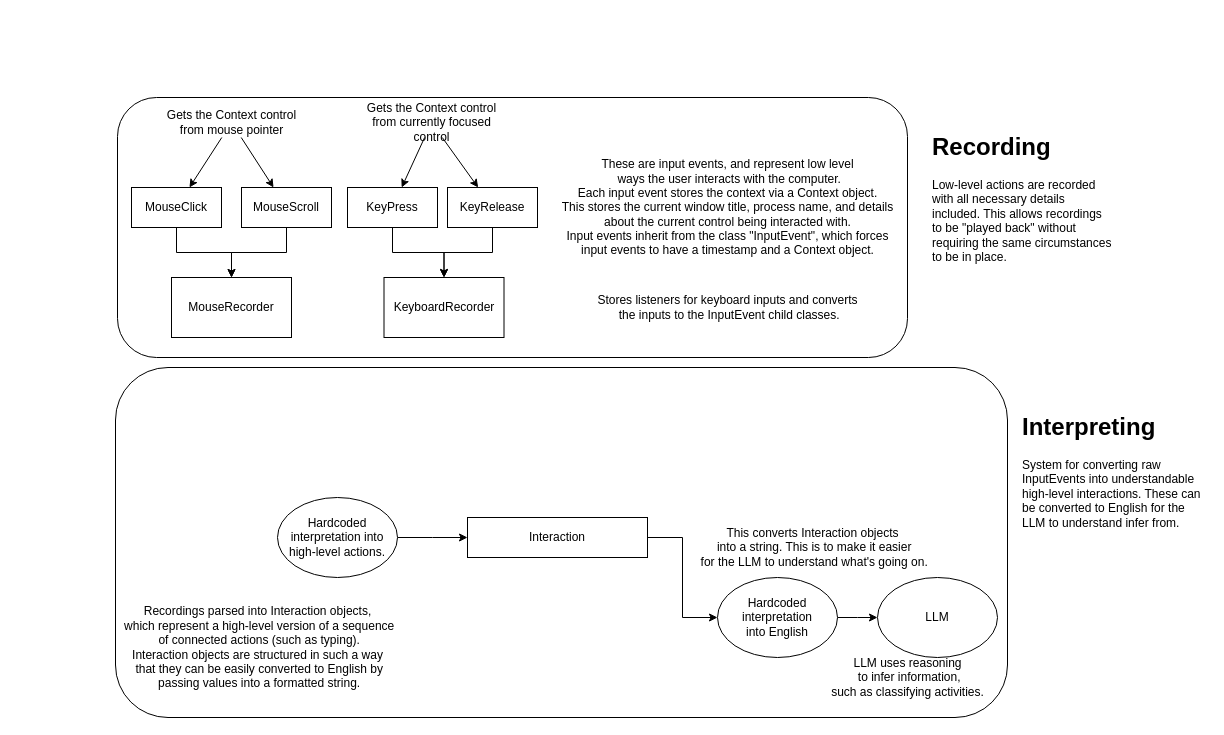
Before: Diagram plan.drawio in SimonsBrother/ScreenWisdom, a draw.io diagram. Source tidied: cells renumbered, new cells numbered last; positions are measured from the earlier drawing's top-left corner, leaving out a move shared by most shapes. Both pictures are drawn from the tidied source at 100%, with x=0, y=0 at pixel (107, 97).
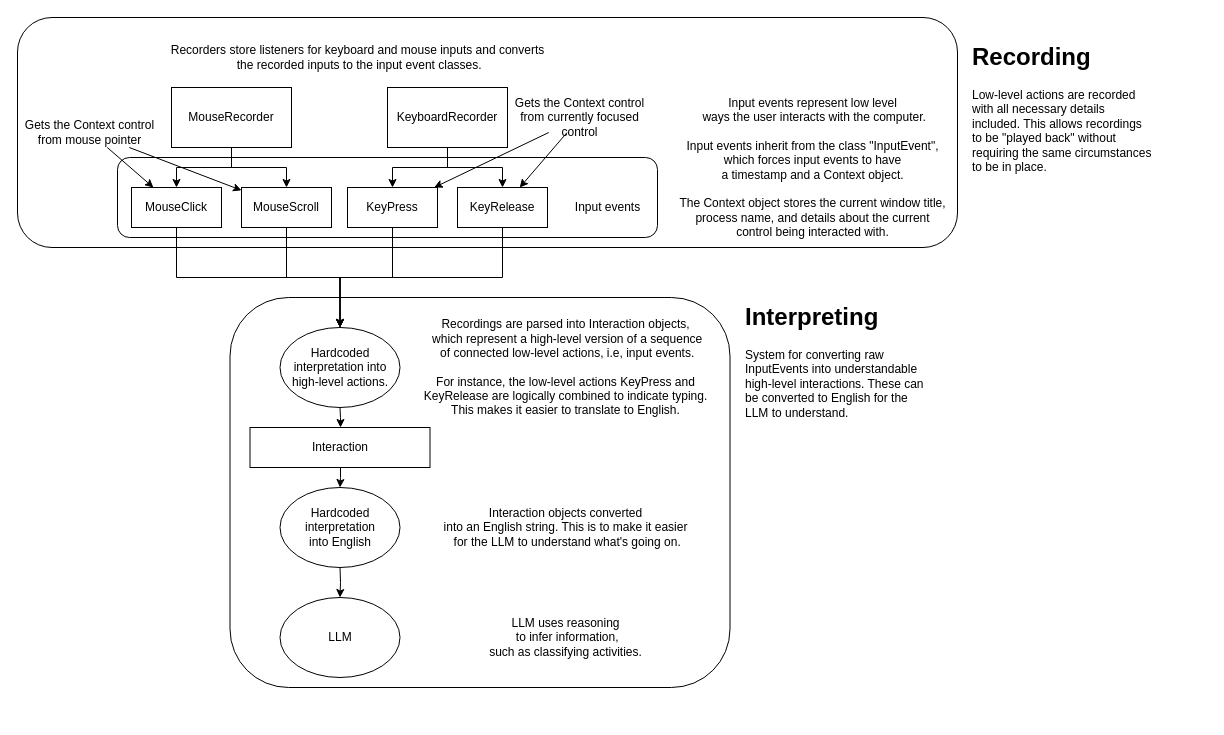
The same diagram, later.

Commit message (it also covers changes not shown here):
Fixed some bugs, can now translate to English. Added tests for recording.py Made documentation more detailed.

Unchanged cells that the change refers to:
```xml
<mxCell id="6" value="MouseClick" style="rounded=0;whiteSpace=wrap;html=1;" parent="1" vertex="1">
  <mxGeometry x="24" y="90" width="90" height="40" as="geometry" />
</mxCell>
<mxCell id="8" value="MouseScroll" style="rounded=0;whiteSpace=wrap;html=1;" parent="1" vertex="1">
  <mxGeometry x="134" y="90" width="90" height="40" as="geometry" />
</mxCell>
<mxCell id="26" value="KeyPress" style="rounded=0;whiteSpace=wrap;html=1;" parent="1" vertex="1">
  <mxGeometry x="240" y="90" width="90" height="40" as="geometry" />
</mxCell>
```

Diff of the diagram source:
```diff
@@
+    <mxCell id="31" style="rounded=1;whiteSpace=wrap;html=1;fillColor=none;" parent="1" vertex="1">
+      <mxGeometry x="-90" y="-80" width="940" height="230" as="geometry" />
+    </mxCell>
+    <mxCell id="34" style="rounded=1;whiteSpace=wrap;html=1;fillColor=none;" parent="1" vertex="1">
+      <mxGeometry x="10" y="60" width="540" height="80" as="geometry" />
+    </mxCell>
     <mxCell id="2" style="rounded=1;whiteSpace=wrap;html=1;fillColor=none;" parent="1" vertex="1">
-      <mxGeometry x="8" y="270" width="892" height="350" as="geometry" />
+      <mxGeometry x="122.5" y="200" width="500" height="390" as="geometry" />
     </mxCell>
+    <mxCell id="35" style="edgeStyle=orthogonalEdgeStyle;rounded=0;jettySize=auto;html=1;" parent="1" edge="1" source="3" target="6">
+      <mxGeometry relative="1" as="geometry" />
+    </mxCell>
+    <mxCell id="36" style="edgeStyle=orthogonalEdgeStyle;rounded=0;jettySize=auto;html=1;" parent="1" edge="1" source="3" target="8">
+      <mxGeometry relative="1" as="geometry" />
+    </mxCell>
     <mxCell id="3" value="MouseRecorder" style="rounded=0;whiteSpace=wrap;html=1;" parent="1" vertex="1">
-      <mxGeometry x="64" y="180" width="120" height="60" as="geometry" />
+      <mxGeometry x="64" y="-10" width="120" height="60" as="geometry" />
     </mxCell>
+    <mxCell id="37" style="edgeStyle=orthogonalEdgeStyle;rounded=0;jettySize=auto;html=1;" parent="1" edge="1" source="4" target="26">
+      <mxGeometry relative="1" as="geometry" />
+    </mxCell>
+    <mxCell id="38" style="edgeStyle=orthogonalEdgeStyle;rounded=0;jettySize=auto;html=1;" parent="1" edge="1" source="4" target="10">
+      <mxGeometry relative="1" as="geometry" />
+    </mxCell>
     <mxCell id="4" value="KeyboardRecorder" style="rounded=0;whiteSpace=wrap;html=1;" parent="1" vertex="1">
-      <mxGeometry x="276.5" y="180" width="120" height="60" as="geometry" />
+      <mxGeometry x="280" y="-10" width="120" height="60" as="geometry" />
     </mxCell>
-    <mxCell id="5" style="edgeStyle=orthogonalEdgeStyle;rounded=0;jettySize=auto;html=1;exitX=0.5;exitY=1;exitDx=0;exitDy=0;" parent="1" edge="1" source="6" target="3">
-      <mxGeometry relative="1" as="geometry" />
-    </mxCell>
+    <mxCell id="39" style="edgeStyle=elbowEdgeStyle;rounded=0;jettySize=auto;elbow=vertical;html=1;" parent="1" edge="1" source="6" target="22">
+      <mxGeometry relative="1" as="geometry" />
+    </mxCell>
@@
-    <mxCell id="7" style="edgeStyle=orthogonalEdgeStyle;rounded=0;jettySize=auto;html=1;" parent="1" edge="1" source="8" target="3">
-      <mxGeometry relative="1" as="geometry" />
-    </mxCell>
+    <mxCell id="40" style="edgeStyle=elbowEdgeStyle;rounded=0;jettySize=auto;elbow=vertical;html=1;" parent="1" edge="1" source="8" target="22">
+      <mxGeometry relative="1" as="geometry" />
+    </mxCell>
@@
-    <mxCell id="9" style="edgeStyle=orthogonalEdgeStyle;rounded=0;jettySize=auto;html=1;" parent="1" edge="1" source="10" target="4">
-      <mxGeometry relative="1" as="geometry" />
-    </mxCell>
+    <mxCell id="41" style="edgeStyle=elbowEdgeStyle;rounded=0;jettySize=auto;elbow=vertical;html=1;" parent="1" edge="1" source="10" target="22">
+      <mxGeometry relative="1" as="geometry" />
+    </mxCell>
     <mxCell id="10" value="KeyRelease" style="rounded=0;whiteSpace=wrap;html=1;" parent="1" vertex="1">
-      <mxGeometry x="340" y="90" width="90" height="40" as="geometry" />
+      <mxGeometry x="350" y="90" width="90" height="40" as="geometry" />
     </mxCell>
-    <mxCell id="11" value="Stores listeners for keyboard inputs and converts&lt;br&gt;&amp;nbsp;the inputs to the InputEvent child classes." style="text;html=1;align=center;verticalAlign=middle;strokeColor=none;fillColor=none;" parent="1" vertex="1">
-      <mxGeometry x="480" y="190" width="280" height="40" as="geometry" />
+    <mxCell id="11" value="Recorders store listeners for keyboard and mouse inputs and converts&lt;br&gt;&amp;nbsp;the recorded inputs to the input event classes." style="text;html=1;align=center;verticalAlign=middle;strokeColor=none;fillColor=none;" parent="1" vertex="1">
+      <mxGeometry x="50" y="-60" width="400" height="40" as="geometry" />
     </mxCell>
-    <mxCell id="12" value="These are input events, and represent low level&lt;br&gt;&amp;nbsp;ways the user interacts with the computer.&lt;br&gt;Each input event stores the context via a Context object.&lt;br&gt;This stores the current window title, process name, and details&lt;br&gt;about the current control being interacted with.&lt;br&gt;Input events inherit from the class &quot;InputEvent&quot;, which forces&lt;br&gt;input events to have a timestamp and a Context object." style="text;html=1;align=center;verticalAlign=middle;strokeColor=none;fillColor=none;" parent="1" vertex="1">
-      <mxGeometry x="440" y="55" width="360" height="110" as="geometry" />
+    <mxCell id="12" value="Input events represent low level&lt;br&gt;&amp;nbsp;ways the user interacts with the computer.&lt;br&gt;&lt;br&gt;Input events inherit from the class &quot;InputEvent&quot;, &lt;br&gt;which forces input events to have &lt;br&gt;a timestamp and a Context object.&lt;br&gt;&lt;br&gt;The Context object stores the current window title,&lt;br style=&quot;border-color: var(--border-color);&quot;&gt;process name, and details&amp;nbsp;about the current&lt;br style=&quot;border-color: var(--border-color);&quot;&gt;control being interacted with." style="text;html=1;align=center;verticalAlign=middle;strokeColor=none;fillColor=none;" parent="1" vertex="1">
+      <mxGeometry x="560" y="-10" width="290" height="160" as="geometry" />
     </mxCell>
-    <mxCell id="13" value="Recordings parsed into Interaction objects,&lt;br&gt;&amp;nbsp;which represent a high-level version of a sequence&lt;br&gt;&amp;nbsp;of connected actions (such as typing).&lt;br&gt;Interaction objects are structured in such a way&lt;br&gt;&amp;nbsp;that they can be easily converted to English by&lt;br&gt;&amp;nbsp;passing values into a formatted string." style="text;html=1;align=center;verticalAlign=middle;strokeColor=none;fillColor=none;" parent="1" vertex="1">
-      <mxGeometry y="500" width="300" height="100" as="geometry" />
+    <mxCell id="13" value="Recordings are parsed into Interaction objects,&lt;br&gt;&amp;nbsp;which represent a high-level version of a sequence&lt;br&gt;&amp;nbsp;of connected low-level actions, i.e, input events.&lt;br&gt;&lt;br&gt;For instance, the low-level actions KeyPress and &lt;br&gt;KeyRelease are logically combined to indicate typing.&lt;br&gt;This makes it easier to translate to English." style="text;html=1;align=center;verticalAlign=middle;strokeColor=none;fillColor=none;" parent="1" vertex="1">
+      <mxGeometry x="302.5" y="215" width="310" height="110" as="geometry" />
     </mxCell>
     <mxCell id="14" value="LLM" style="ellipse;whiteSpace=wrap;html=1;" parent="1" vertex="1">
-      <mxGeometry x="770" y="480" width="120" height="80" as="geometry" />
+      <mxGeometry x="172.5" y="500" width="120" height="80" as="geometry" />
     </mxCell>
@@
     <mxCell id="17" value="Gets the Context control from mouse pointer" style="text;html=1;strokeColor=none;fillColor=none;align=center;verticalAlign=middle;whiteSpace=wrap;rounded=0;" parent="1" vertex="1">
-      <mxGeometry x="51.5" y="10" width="145" height="30" as="geometry" />
+      <mxGeometry x="-90" y="20" width="145" height="30" as="geometry" />
     </mxCell>
@@
     <mxCell id="20" value="Gets the Context control from currently focused control" style="text;html=1;strokeColor=none;fillColor=none;align=center;verticalAlign=middle;whiteSpace=wrap;rounded=0;" parent="1" vertex="1">
-      <mxGeometry x="251.5" y="10" width="145" height="30" as="geometry" />
+      <mxGeometry x="400" y="5" width="145" height="30" as="geometry" />
     </mxCell>
@@
     <mxCell id="22" value="Hardcoded interpretation into&lt;br&gt;high-level actions." style="ellipse;whiteSpace=wrap;html=1;" parent="1" vertex="1">
-      <mxGeometry x="170" y="400" width="120" height="80" as="geometry" />
+      <mxGeometry x="172.5" y="230" width="120" height="80" as="geometry" />
     </mxCell>
-    <mxCell id="23" value="This converts Interaction objects&lt;br&gt;&amp;nbsp;into a string. This is to make it easier&lt;br&gt;&amp;nbsp;for the LLM&amp;nbsp;to understand what's going on." style="text;html=1;align=center;verticalAlign=middle;strokeColor=none;fillColor=none;" parent="1" vertex="1">
-      <mxGeometry x="580" y="420" width="250" height="60" as="geometry" />
+    <mxCell id="23" value="Interaction objects converted&lt;br&gt;into an English string. This is to make it easier&lt;br&gt;&amp;nbsp;for the LLM&amp;nbsp;to understand what's going on." style="text;html=1;align=center;verticalAlign=middle;strokeColor=none;fillColor=none;" parent="1" vertex="1">
+      <mxGeometry x="322.5" y="400" width="270" height="60" as="geometry" />
     </mxCell>
     <mxCell id="24" value="LLM uses reasoning&lt;br&gt;&amp;nbsp;to infer information,&lt;br&gt;such as classifying activities." style="text;html=1;align=center;verticalAlign=middle;strokeColor=none;fillColor=none;" parent="1" vertex="1">
-      <mxGeometry x="710" y="550" width="180" height="60" as="geometry" />
+      <mxGeometry x="367.5" y="510" width="180" height="60" as="geometry" />
     </mxCell>
-    <mxCell id="25" style="edgeStyle=orthogonalEdgeStyle;rounded=0;jettySize=auto;html=1;" parent="1" edge="1" source="26" target="4">
-      <mxGeometry relative="1" as="geometry" />
-    </mxCell>
+    <mxCell id="42" style="edgeStyle=elbowEdgeStyle;rounded=0;jettySize=auto;elbow=vertical;html=1;" parent="1" edge="1" source="26" target="22">
+      <mxGeometry relative="1" as="geometry" />
+    </mxCell>
@@
     <mxCell id="28" value="Interaction" style="rounded=0;whiteSpace=wrap;html=1;" parent="1" vertex="1">
-      <mxGeometry x="360" y="420" width="180" height="40" as="geometry" />
+      <mxGeometry x="142.5" y="330" width="180" height="40" as="geometry" />
     </mxCell>
@@
     <mxCell id="30" value="Hardcoded interpretation&lt;br&gt;into English" style="ellipse;whiteSpace=wrap;html=1;" parent="1" vertex="1">
-      <mxGeometry x="610" y="480" width="120" height="80" as="geometry" />
+      <mxGeometry x="172.5" y="390" width="120" height="80" as="geometry" />
     </mxCell>
-    <mxCell id="31" style="rounded=1;whiteSpace=wrap;html=1;fillColor=none;" parent="1" vertex="1">
-      <mxGeometry x="10" width="790" height="260" as="geometry" />
-    </mxCell>
     <mxCell id="32" value="&lt;h1&gt;Recording&lt;/h1&gt;&lt;p&gt;Low-level actions are recorded with all necessary details included. This allows recordings to be &quot;played back&quot; without requiring the same circumstances to be in place.&lt;/p&gt;" style="text;html=1;strokeColor=none;fillColor=none;spacing=5;spacingTop=-20;whiteSpace=wrap;overflow=hidden;rounded=0;" parent="1" vertex="1">
-      <mxGeometry x="820" y="30" width="190" height="140" as="geometry" />
+      <mxGeometry x="860" y="-60" width="190" height="140" as="geometry" />
     </mxCell>
-    <mxCell id="33" value="&lt;h1&gt;Interpreting&lt;/h1&gt;&lt;p&gt;System for converting raw InputEvents into understandable high-level interactions. These can be converted to English for the LLM to understand infer from.&lt;/p&gt;" style="text;html=1;strokeColor=none;fillColor=none;spacing=5;spacingTop=-20;whiteSpace=wrap;overflow=hidden;rounded=0;" parent="1" vertex="1">
-      <mxGeometry x="910" y="310" width="190" height="140" as="geometry" />
+    <mxCell id="33" value="&lt;h1&gt;Interpreting&lt;/h1&gt;&lt;p&gt;System for converting raw InputEvents into understandable high-level interactions. These can be converted to English for the LLM to understand.&lt;/p&gt;" style="text;html=1;strokeColor=none;fillColor=none;spacing=5;spacingTop=-20;whiteSpace=wrap;overflow=hidden;rounded=0;" parent="1" vertex="1">
+      <mxGeometry x="632.5" y="200" width="190" height="140" as="geometry" />
     </mxCell>
+    <mxCell id="43" value="Input events" style="text;html=1;align=center;verticalAlign=middle;strokeColor=none;fillColor=none;" parent="1" vertex="1">
+      <mxGeometry x="455" y="95" width="90" height="30" as="geometry" />
+    </mxCell>
```
